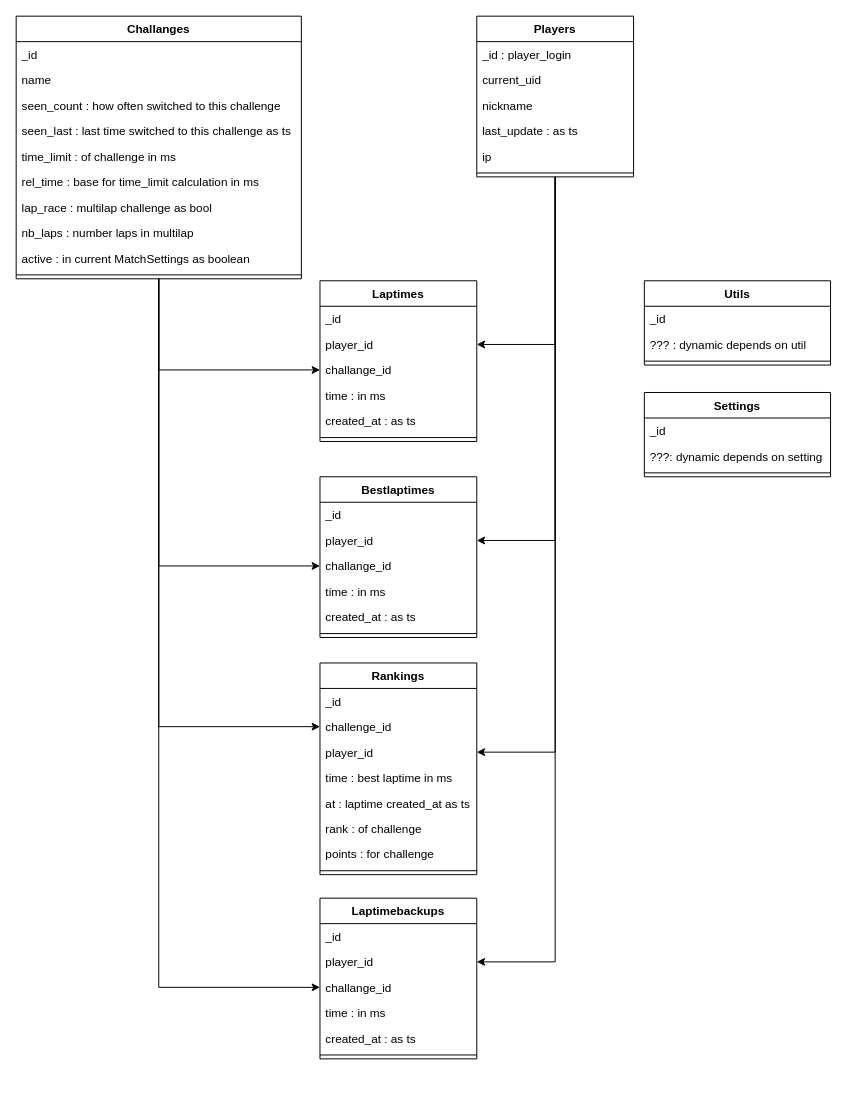
Above: tas/db_layout.drawio in nils-ost/TMNF-TimeAttackServer (draw.io), before the change. Source tidied: cells renumbered, new cells numbered last; positions are measured from the earlier drawing's top-left corner, leaving out a move shared by most shapes. Both pictures are drawn from the tidied source at 98%, with x=0, y=0 at pixel (16, 16).
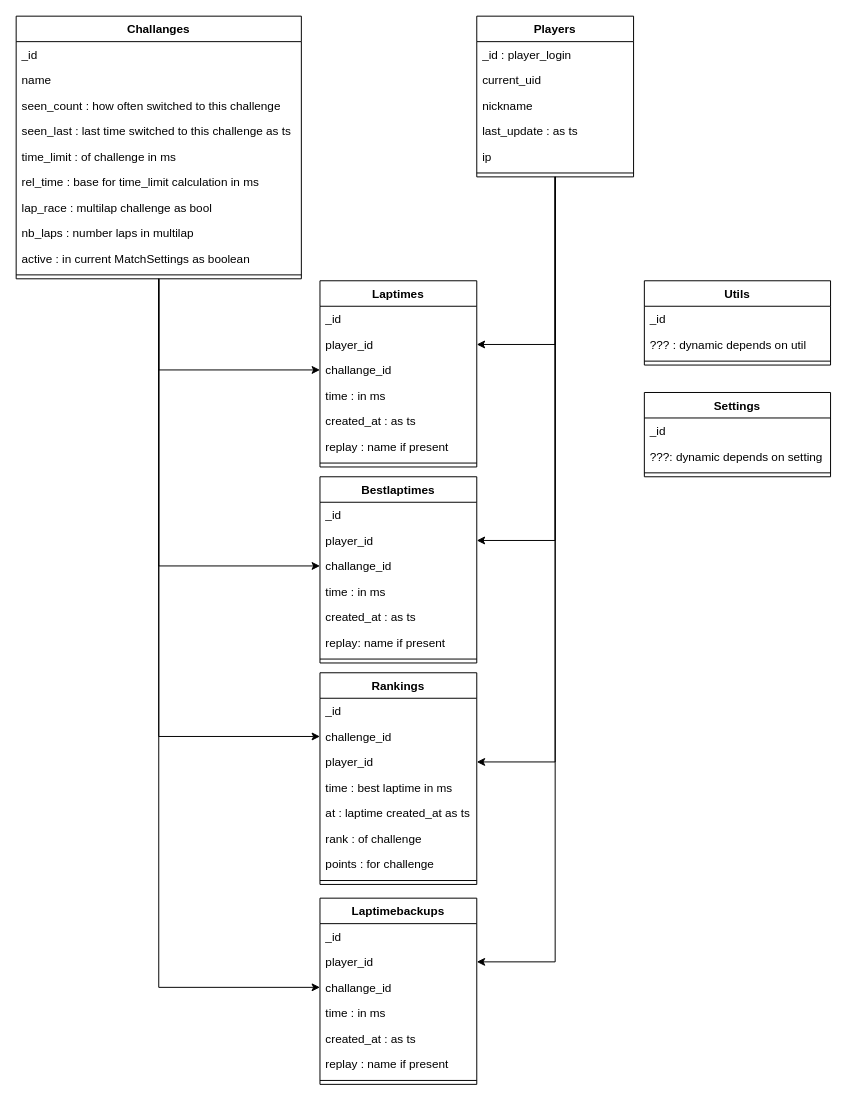
The same page after the edit.

Change to the diagram source:
```diff
@@
     <mxCell id="28" value="Laptimes" style="swimlane;fontStyle=1;align=center;verticalAlign=top;horizontal=1;startSize=26;" parent="1" vertex="1">
-      <mxGeometry x="310" y="270" width="160" height="164" as="geometry" />
+      <mxGeometry x="310" y="270" width="160" height="190" as="geometry" />
     </mxCell>
@@
+    <mxCell id="66" value="replay : name if present" style="text;strokeColor=none;fillColor=none;align=left;verticalAlign=top;spacingLeft=4;spacingRight=4;overflow=hidden;" parent="28" vertex="1">
+      <mxGeometry y="156" width="160" height="26" as="geometry" />
+    </mxCell>
     <mxCell id="34" style="line;strokeWidth=1;fillColor=none;align=left;verticalAlign=middle;spacingTop=-1;spacingLeft=3;spacingRight=3;labelPosition=right;" parent="28" vertex="1">
-      <mxGeometry y="156" width="160" height="8" as="geometry" />
+      <mxGeometry y="182" width="160" height="8" as="geometry" />
     </mxCell>
     <mxCell id="35" value="Bestlaptimes" style="swimlane;fontStyle=1;align=center;verticalAlign=top;horizontal=1;startSize=26;" parent="1" vertex="1">
-      <mxGeometry x="310" y="470" width="160" height="164" as="geometry" />
+      <mxGeometry x="310" y="470" width="160" height="190" as="geometry" />
     </mxCell>
@@
+    <mxCell id="67" value="replay: name if present" style="text;strokeColor=none;fillColor=none;align=left;verticalAlign=top;spacingLeft=4;spacingRight=4;overflow=hidden;" parent="35" vertex="1">
+      <mxGeometry y="156" width="160" height="26" as="geometry" />
+    </mxCell>
     <mxCell id="41" style="line;strokeWidth=1;fillColor=none;align=left;verticalAlign=middle;spacingTop=-1;spacingLeft=3;spacingRight=3;labelPosition=right;" parent="35" vertex="1">
-      <mxGeometry y="156" width="160" height="8" as="geometry" />
+      <mxGeometry y="182" width="160" height="8" as="geometry" />
     </mxCell>
     <mxCell id="42" value="Rankings" style="swimlane;fontStyle=1;align=center;verticalAlign=top;horizontal=1;startSize=26;" parent="1" vertex="1">
-      <mxGeometry x="310" y="660" width="160" height="216" as="geometry" />
+      <mxGeometry x="310" y="670" width="160" height="216" as="geometry" />
     </mxCell>
@@
     <mxCell id="59" value="Laptimebackups" style="swimlane;fontStyle=1;align=center;verticalAlign=top;horizontal=1;startSize=26;" parent="1" vertex="1">
-      <mxGeometry x="310" y="900" width="160" height="164" as="geometry" />
+      <mxGeometry x="310" y="900" width="160" height="190" as="geometry" />
     </mxCell>
@@
+    <mxCell id="68" value="replay : name if present" style="text;strokeColor=none;fillColor=none;align=left;verticalAlign=top;spacingLeft=4;spacingRight=4;overflow=hidden;" parent="59" vertex="1">
+      <mxGeometry y="156" width="160" height="26" as="geometry" />
+    </mxCell>
     <mxCell id="65" style="line;strokeWidth=1;fillColor=none;align=left;verticalAlign=middle;spacingTop=-1;spacingLeft=3;spacingRight=3;labelPosition=right;" parent="59" vertex="1">
-      <mxGeometry y="156" width="160" height="8" as="geometry" />
+      <mxGeometry y="182" width="160" height="8" as="geometry" />
     </mxCell>
```
